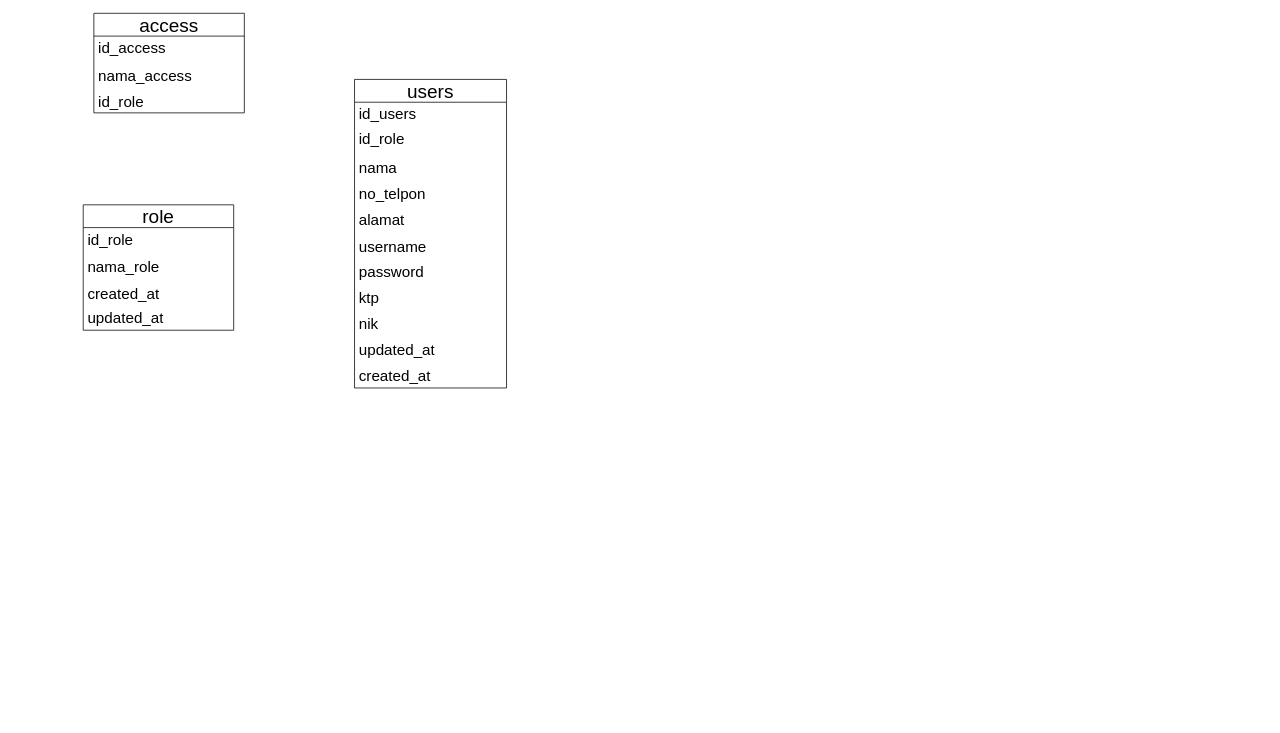
Kantrawibawa10/Draw-I-O keeps this draw.io diagram as Mapping.drawio. Above is the earlier version. Source tidied: cells renumbered, new cells numbered last; positions are measured from the earlier drawing's top-left corner, leaving out a move shared by most shapes. Both pictures are drawn from the tidied source at 76%, with x=0, y=0 at pixel (83, 13).
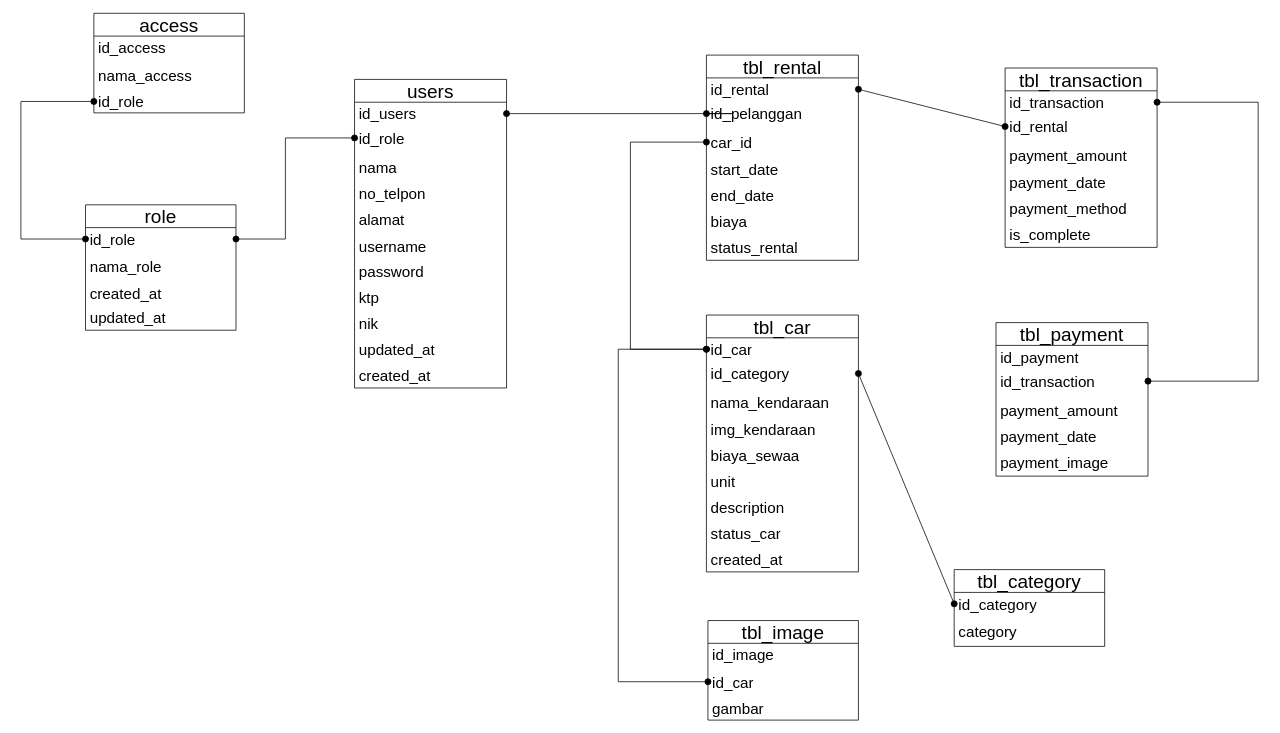
The same page after the edit.

Unchanged cells that the change refers to:
```xml
<mxCell id="5" value="&lt;font style=&quot;font-size: 20px;&quot;&gt;id_role&lt;/font&gt;" style="text;strokeColor=none;fillColor=none;align=left;verticalAlign=middle;spacingLeft=4;spacingRight=4;overflow=hidden;points=[[0,0.5],[1,0.5]];portConstraint=eastwest;whiteSpace=wrap;html=1;fontSize=16;" parent="2" vertex="1">
  <mxGeometry y="101" width="198" height="30" as="geometry" />
</mxCell>
<mxCell id="7" value="&lt;font style=&quot;font-size: 20px;&quot;&gt;&lt;font style=&quot;font-size: 20px;&quot;&gt;id_role&lt;/font&gt;&lt;/font&gt;" style="text;strokeColor=none;fillColor=none;align=left;verticalAlign=middle;spacingLeft=4;spacingRight=4;overflow=hidden;points=[[0,0.5],[1,0.5]];portConstraint=eastwest;whiteSpace=wrap;html=1;fontSize=16;" parent="6" vertex="1">
  <mxGeometry y="30" width="198" height="30" as="geometry" />
</mxCell>
<mxCell id="12" value="&lt;font style=&quot;font-size: 20px;&quot;&gt;&lt;font style=&quot;font-size: 20px;&quot;&gt;id_users&lt;/font&gt;&lt;/font&gt;" style="text;strokeColor=none;fillColor=none;align=left;verticalAlign=middle;spacingLeft=4;spacingRight=4;overflow=hidden;points=[[0,0.5],[1,0.5]];portConstraint=eastwest;whiteSpace=wrap;html=1;fontSize=16;" parent="11" vertex="1">
  <mxGeometry y="30" width="200" height="30" as="geometry" />
</mxCell>
<mxCell id="13" value="&lt;font style=&quot;font-size: 20px;&quot;&gt;id_role&lt;/font&gt;" style="text;strokeColor=none;fillColor=none;align=left;verticalAlign=middle;spacingLeft=4;spacingRight=4;overflow=hidden;points=[[0,0.5],[1,0.5]];portConstraint=eastwest;whiteSpace=wrap;html=1;fontSize=16;" parent="11" vertex="1">
  <mxGeometry y="60" width="200" height="34" as="geometry" />
</mxCell>
```

Change to the diagram source:
```diff
@@
     <mxCell id="6" value="&lt;font style=&quot;font-size: 25px;&quot;&gt;role&lt;/font&gt;" style="swimlane;fontStyle=0;horizontal=1;startSize=30;whiteSpace=wrap;html=1;fontSize=16;" parent="1" vertex="1">
-      <mxGeometry y="252" width="198" height="165" as="geometry" />
+      <mxGeometry x="3" y="252" width="198" height="165" as="geometry" />
     </mxCell>
@@
+    <mxCell id="23" style="edgeStyle=segmentEdgeStyle;endArrow=oval;html=1;curved=0;rounded=0;endSize=8;startSize=8;fontSize=12;entryX=0;entryY=0.5;entryDx=0;entryDy=0;exitX=0;exitY=0.5;exitDx=0;exitDy=0;endFill=1;startArrow=oval;startFill=1;" parent="1" edge="1" source="7" target="5">
+      <mxGeometry relative="1" as="geometry">
+        <Array as="points">
+          <mxPoint x="-82" y="297" />
+          <mxPoint x="-82" y="116" />
+        </Array>
+      </mxGeometry>
+    </mxCell>
+    <mxCell id="24" style="edgeStyle=segmentEdgeStyle;endArrow=oval;html=1;curved=0;rounded=0;endSize=8;startSize=8;fontSize=12;entryX=0;entryY=0.5;entryDx=0;entryDy=0;exitX=1;exitY=0.5;exitDx=0;exitDy=0;endFill=1;startArrow=oval;startFill=1;" parent="1" edge="1" source="7" target="13">
+      <mxGeometry relative="1" as="geometry">
+        <Array as="points">
+          <mxPoint x="266" y="297" />
+          <mxPoint x="266" y="164" />
+        </Array>
+      </mxGeometry>
+    </mxCell>
+    <mxCell id="25" value="&lt;font style=&quot;font-size: 25px;&quot;&gt;tbl_rental&lt;/font&gt;" style="swimlane;fontStyle=0;horizontal=1;startSize=30;whiteSpace=wrap;html=1;fontSize=16;" parent="1" vertex="1">
+      <mxGeometry x="820" y="55" width="200" height="270" as="geometry" />
+    </mxCell>
+    <mxCell id="26" value="&lt;font style=&quot;font-size: 20px;&quot;&gt;&lt;font style=&quot;font-size: 20px;&quot;&gt;id_rental&lt;/font&gt;&lt;/font&gt;" style="text;strokeColor=none;fillColor=none;align=left;verticalAlign=middle;spacingLeft=4;spacingRight=4;overflow=hidden;points=[[0,0.5],[1,0.5]];portConstraint=eastwest;whiteSpace=wrap;html=1;fontSize=16;" parent="25" vertex="1">
+      <mxGeometry y="30" width="200" height="30" as="geometry" />
+    </mxCell>
+    <mxCell id="27" value="&lt;font style=&quot;font-size: 20px;&quot;&gt;id_pelanggan&lt;/font&gt;" style="text;strokeColor=none;fillColor=none;align=left;verticalAlign=middle;spacingLeft=4;spacingRight=4;overflow=hidden;points=[[0,0.5],[1,0.5]];portConstraint=eastwest;whiteSpace=wrap;html=1;fontSize=16;" parent="25" vertex="1">
+      <mxGeometry y="60" width="200" height="34" as="geometry" />
+    </mxCell>
+    <mxCell id="28" value="&lt;font style=&quot;font-size: 20px;&quot;&gt;car_id&lt;/font&gt;" style="text;strokeColor=none;fillColor=none;align=left;verticalAlign=middle;spacingLeft=4;spacingRight=4;overflow=hidden;points=[[0,0.5],[1,0.5]];portConstraint=eastwest;whiteSpace=wrap;html=1;fontSize=16;" parent="25" vertex="1">
+      <mxGeometry y="94" width="200" height="41" as="geometry" />
+    </mxCell>
+    <mxCell id="29" value="&lt;font style=&quot;font-size: 20px;&quot;&gt;start_date&lt;/font&gt;" style="text;strokeColor=none;fillColor=none;align=left;verticalAlign=middle;spacingLeft=4;spacingRight=4;overflow=hidden;whiteSpace=wrap;html=1;fontSize=16;" parent="25" vertex="1">
+      <mxGeometry y="135" width="200" height="30" as="geometry" />
+    </mxCell>
+    <mxCell id="30" value="&lt;font style=&quot;font-size: 20px;&quot;&gt;end_date&lt;/font&gt;" style="text;strokeColor=none;fillColor=none;align=left;verticalAlign=middle;spacingLeft=4;spacingRight=4;overflow=hidden;whiteSpace=wrap;html=1;fontSize=16;" parent="25" vertex="1">
+      <mxGeometry y="165" width="200" height="37" as="geometry" />
+    </mxCell>
+    <mxCell id="31" value="&lt;font style=&quot;font-size: 20px;&quot;&gt;biaya&lt;/font&gt;" style="text;strokeColor=none;fillColor=none;align=left;verticalAlign=middle;spacingLeft=4;spacingRight=4;overflow=hidden;whiteSpace=wrap;html=1;fontSize=16;" parent="25" vertex="1">
+      <mxGeometry y="202" width="200" height="34" as="geometry" />
+    </mxCell>
+    <mxCell id="32" value="&lt;font style=&quot;font-size: 20px;&quot;&gt;status_rental&lt;/font&gt;" style="text;strokeColor=none;fillColor=none;align=left;verticalAlign=middle;spacingLeft=4;spacingRight=4;overflow=hidden;whiteSpace=wrap;html=1;fontSize=16;" parent="25" vertex="1">
+      <mxGeometry y="236" width="200" height="34" as="geometry" />
+    </mxCell>
+    <mxCell id="33" style="edgeStyle=segmentEdgeStyle;endArrow=oval;html=1;curved=0;rounded=0;endSize=8;startSize=8;fontSize=12;entryX=0;entryY=0.5;entryDx=0;entryDy=0;exitX=1;exitY=0.5;exitDx=0;exitDy=0;endFill=1;startArrow=oval;startFill=1;" parent="1" edge="1" source="12" target="27">
+      <mxGeometry relative="1" as="geometry">
+        <Array as="points">
+          <mxPoint x="854" y="132" />
+        </Array>
+      </mxGeometry>
+    </mxCell>
+    <mxCell id="34" value="&lt;font style=&quot;font-size: 25px;&quot;&gt;tbl_transaction&lt;/font&gt;" style="swimlane;fontStyle=0;horizontal=1;startSize=30;whiteSpace=wrap;html=1;fontSize=16;" parent="1" vertex="1">
+      <mxGeometry x="1213" y="72" width="200" height="236" as="geometry" />
+    </mxCell>
+    <mxCell id="35" value="&lt;font style=&quot;font-size: 20px;&quot;&gt;&lt;font style=&quot;font-size: 20px;&quot;&gt;id_transaction&lt;/font&gt;&lt;/font&gt;" style="text;strokeColor=none;fillColor=none;align=left;verticalAlign=middle;spacingLeft=4;spacingRight=4;overflow=hidden;points=[[0,0.5],[1,0.5]];portConstraint=eastwest;whiteSpace=wrap;html=1;fontSize=16;" parent="34" vertex="1">
+      <mxGeometry y="30" width="200" height="30" as="geometry" />
+    </mxCell>
+    <mxCell id="36" value="&lt;font style=&quot;font-size: 20px;&quot;&gt;id_rental&lt;/font&gt;" style="text;strokeColor=none;fillColor=none;align=left;verticalAlign=middle;spacingLeft=4;spacingRight=4;overflow=hidden;points=[[0,0.5],[1,0.5]];portConstraint=eastwest;whiteSpace=wrap;html=1;fontSize=16;" parent="34" vertex="1">
+      <mxGeometry y="60" width="200" height="34" as="geometry" />
+    </mxCell>
+    <mxCell id="37" value="&lt;font style=&quot;font-size: 20px;&quot;&gt;payment_amount&lt;/font&gt;" style="text;strokeColor=none;fillColor=none;align=left;verticalAlign=middle;spacingLeft=4;spacingRight=4;overflow=hidden;whiteSpace=wrap;html=1;fontSize=16;" parent="34" vertex="1">
+      <mxGeometry y="94" width="200" height="41" as="geometry" />
+    </mxCell>
+    <mxCell id="38" value="&lt;font style=&quot;font-size: 20px;&quot;&gt;payment_date&lt;/font&gt;" style="text;strokeColor=none;fillColor=none;align=left;verticalAlign=middle;spacingLeft=4;spacingRight=4;overflow=hidden;whiteSpace=wrap;html=1;fontSize=16;" parent="34" vertex="1">
+      <mxGeometry y="135" width="200" height="30" as="geometry" />
+    </mxCell>
+    <mxCell id="39" value="&lt;font style=&quot;font-size: 20px;&quot;&gt;payment_method&lt;/font&gt;" style="text;strokeColor=none;fillColor=none;align=left;verticalAlign=middle;spacingLeft=4;spacingRight=4;overflow=hidden;whiteSpace=wrap;html=1;fontSize=16;" parent="34" vertex="1">
+      <mxGeometry y="165" width="200" height="37" as="geometry" />
+    </mxCell>
+    <mxCell id="40" value="&lt;font style=&quot;font-size: 20px;&quot;&gt;is_complete&lt;/font&gt;" style="text;strokeColor=none;fillColor=none;align=left;verticalAlign=middle;spacingLeft=4;spacingRight=4;overflow=hidden;whiteSpace=wrap;html=1;fontSize=16;" parent="34" vertex="1">
+      <mxGeometry y="202" width="200" height="34" as="geometry" />
+    </mxCell>
+    <mxCell id="41" style="edgeStyle=none;curved=1;rounded=0;jettySize=auto;html=1;exitX=1;exitY=0.5;exitDx=0;exitDy=0;entryX=0;entryY=0.5;entryDx=0;entryDy=0;fontSize=12;startSize=8;endSize=8;endArrow=oval;endFill=1;startArrow=oval;startFill=1;" parent="1" edge="1" source="26" target="36">
+      <mxGeometry relative="1" as="geometry" />
+    </mxCell>
+    <mxCell id="42" value="&lt;font style=&quot;font-size: 25px;&quot;&gt;tbl_payment&lt;/font&gt;" style="swimlane;fontStyle=0;horizontal=1;startSize=30;whiteSpace=wrap;html=1;fontSize=16;" parent="1" vertex="1">
+      <mxGeometry x="1201" y="407" width="200" height="202" as="geometry" />
+    </mxCell>
+    <mxCell id="43" value="&lt;font style=&quot;font-size: 20px;&quot;&gt;&lt;font style=&quot;font-size: 20px;&quot;&gt;id_payment&lt;/font&gt;&lt;/font&gt;" style="text;strokeColor=none;fillColor=none;align=left;verticalAlign=middle;spacingLeft=4;spacingRight=4;overflow=hidden;whiteSpace=wrap;html=1;fontSize=16;" parent="42" vertex="1">
+      <mxGeometry y="30" width="200" height="30" as="geometry" />
+    </mxCell>
+    <mxCell id="44" value="&lt;font style=&quot;font-size: 20px;&quot;&gt;id_transaction&lt;/font&gt;" style="text;strokeColor=none;fillColor=none;align=left;verticalAlign=middle;spacingLeft=4;spacingRight=4;overflow=hidden;points=[[0,0.5],[1,0.5]];portConstraint=eastwest;whiteSpace=wrap;html=1;fontSize=16;" parent="42" vertex="1">
+      <mxGeometry y="60" width="200" height="34" as="geometry" />
+    </mxCell>
+    <mxCell id="45" value="&lt;font style=&quot;font-size: 20px;&quot;&gt;payment_amount&lt;/font&gt;" style="text;strokeColor=none;fillColor=none;align=left;verticalAlign=middle;spacingLeft=4;spacingRight=4;overflow=hidden;whiteSpace=wrap;html=1;fontSize=16;" parent="42" vertex="1">
+      <mxGeometry y="94" width="200" height="41" as="geometry" />
+    </mxCell>
+    <mxCell id="46" value="&lt;font style=&quot;font-size: 20px;&quot;&gt;payment_date&lt;/font&gt;" style="text;strokeColor=none;fillColor=none;align=left;verticalAlign=middle;spacingLeft=4;spacingRight=4;overflow=hidden;whiteSpace=wrap;html=1;fontSize=16;" parent="42" vertex="1">
+      <mxGeometry y="135" width="200" height="30" as="geometry" />
+    </mxCell>
+    <mxCell id="47" value="&lt;font style=&quot;font-size: 20px;&quot;&gt;payment_image&lt;/font&gt;" style="text;strokeColor=none;fillColor=none;align=left;verticalAlign=middle;spacingLeft=4;spacingRight=4;overflow=hidden;whiteSpace=wrap;html=1;fontSize=16;" parent="42" vertex="1">
+      <mxGeometry y="165" width="200" height="37" as="geometry" />
+    </mxCell>
+    <mxCell id="48" style="edgeStyle=segmentEdgeStyle;endArrow=oval;html=1;curved=0;rounded=0;endSize=8;startSize=8;fontSize=12;entryX=1;entryY=0.5;entryDx=0;entryDy=0;exitX=1;exitY=0.5;exitDx=0;exitDy=0;endFill=1;startArrow=oval;startFill=1;" parent="1" edge="1" source="44" target="35">
+      <mxGeometry relative="1" as="geometry">
+        <Array as="points">
+          <mxPoint x="1546" y="484" />
+          <mxPoint x="1546" y="117" />
+        </Array>
+      </mxGeometry>
+    </mxCell>
+    <mxCell id="49" value="&lt;font style=&quot;font-size: 25px;&quot;&gt;tbl_car&lt;/font&gt;" style="swimlane;fontStyle=0;horizontal=1;startSize=30;whiteSpace=wrap;html=1;fontSize=16;" parent="1" vertex="1">
+      <mxGeometry x="820" y="397" width="200" height="338" as="geometry" />
+    </mxCell>
+    <mxCell id="50" value="&lt;font style=&quot;font-size: 20px;&quot;&gt;&lt;font style=&quot;font-size: 20px;&quot;&gt;id_car&lt;/font&gt;&lt;/font&gt;" style="text;strokeColor=none;fillColor=none;align=left;verticalAlign=middle;spacingLeft=4;spacingRight=4;overflow=hidden;points=[[0,0.5],[1,0.5]];portConstraint=eastwest;whiteSpace=wrap;html=1;fontSize=16;" parent="49" vertex="1">
+      <mxGeometry y="30" width="200" height="30" as="geometry" />
+    </mxCell>
+    <mxCell id="51" value="&lt;font style=&quot;font-size: 20px;&quot;&gt;id_category&lt;/font&gt;" style="text;strokeColor=none;fillColor=none;align=left;verticalAlign=middle;spacingLeft=4;spacingRight=4;overflow=hidden;points=[[0,0.5],[1,0.5]];portConstraint=eastwest;whiteSpace=wrap;html=1;fontSize=16;" parent="49" vertex="1">
+      <mxGeometry y="60" width="200" height="34" as="geometry" />
+    </mxCell>
+    <mxCell id="52" value="&lt;font style=&quot;font-size: 20px;&quot;&gt;nama_kendaraan&lt;/font&gt;" style="text;strokeColor=none;fillColor=none;align=left;verticalAlign=middle;spacingLeft=4;spacingRight=4;overflow=hidden;whiteSpace=wrap;html=1;fontSize=16;" parent="49" vertex="1">
+      <mxGeometry y="94" width="200" height="41" as="geometry" />
+    </mxCell>
+    <mxCell id="53" value="&lt;font style=&quot;font-size: 20px;&quot;&gt;img_kendaraan&lt;/font&gt;" style="text;strokeColor=none;fillColor=none;align=left;verticalAlign=middle;spacingLeft=4;spacingRight=4;overflow=hidden;whiteSpace=wrap;html=1;fontSize=16;" parent="49" vertex="1">
+      <mxGeometry y="135" width="200" height="30" as="geometry" />
+    </mxCell>
+    <mxCell id="54" value="&lt;font style=&quot;font-size: 20px;&quot;&gt;biaya_sewaa&lt;/font&gt;" style="text;strokeColor=none;fillColor=none;align=left;verticalAlign=middle;spacingLeft=4;spacingRight=4;overflow=hidden;whiteSpace=wrap;html=1;fontSize=16;" parent="49" vertex="1">
+      <mxGeometry y="165" width="200" height="37" as="geometry" />
+    </mxCell>
+    <mxCell id="55" value="&lt;font style=&quot;font-size: 20px;&quot;&gt;unit&lt;/font&gt;" style="text;strokeColor=none;fillColor=none;align=left;verticalAlign=middle;spacingLeft=4;spacingRight=4;overflow=hidden;whiteSpace=wrap;html=1;fontSize=16;" parent="49" vertex="1">
+      <mxGeometry y="202" width="200" height="34" as="geometry" />
+    </mxCell>
+    <mxCell id="56" value="&lt;font style=&quot;font-size: 20px;&quot;&gt;description&lt;/font&gt;" style="text;strokeColor=none;fillColor=none;align=left;verticalAlign=middle;spacingLeft=4;spacingRight=4;overflow=hidden;whiteSpace=wrap;html=1;fontSize=16;" parent="49" vertex="1">
+      <mxGeometry y="236" width="200" height="34" as="geometry" />
+    </mxCell>
+    <mxCell id="57" value="&lt;font style=&quot;font-size: 20px;&quot;&gt;status_car&lt;/font&gt;" style="text;strokeColor=none;fillColor=none;align=left;verticalAlign=middle;spacingLeft=4;spacingRight=4;overflow=hidden;whiteSpace=wrap;html=1;fontSize=16;" parent="49" vertex="1">
+      <mxGeometry y="270" width="200" height="34" as="geometry" />
+    </mxCell>
+    <mxCell id="58" value="&lt;font style=&quot;font-size: 20px;&quot;&gt;created_at&lt;/font&gt;" style="text;strokeColor=none;fillColor=none;align=left;verticalAlign=middle;spacingLeft=4;spacingRight=4;overflow=hidden;whiteSpace=wrap;html=1;fontSize=16;" parent="49" vertex="1">
+      <mxGeometry y="304" width="200" height="34" as="geometry" />
+    </mxCell>
+    <mxCell id="59" style="edgeStyle=elbowEdgeStyle;elbow=horizontal;endArrow=oval;html=1;curved=0;rounded=0;endSize=8;startSize=8;fontSize=12;entryX=0;entryY=0.5;entryDx=0;entryDy=0;exitX=0;exitY=0.5;exitDx=0;exitDy=0;endFill=1;startArrow=oval;startFill=1;" parent="1" edge="1" source="50" target="28">
+      <mxGeometry relative="1" as="geometry">
+        <Array as="points">
+          <mxPoint x="720" y="313" />
+        </Array>
+      </mxGeometry>
+    </mxCell>
+    <mxCell id="60" value="&lt;font style=&quot;font-size: 25px;&quot;&gt;tbl_image&lt;/font&gt;" style="swimlane;fontStyle=0;horizontal=1;startSize=30;whiteSpace=wrap;html=1;fontSize=16;" parent="1" vertex="1">
+      <mxGeometry x="822" y="799" width="198" height="131" as="geometry" />
+    </mxCell>
+    <mxCell id="61" value="&lt;span style=&quot;font-size: 20px;&quot;&gt;id_image&lt;/span&gt;" style="text;strokeColor=none;fillColor=none;align=left;verticalAlign=middle;spacingLeft=4;spacingRight=4;overflow=hidden;whiteSpace=wrap;html=1;fontSize=16;" parent="60" vertex="1">
+      <mxGeometry y="30" width="198" height="30" as="geometry" />
+    </mxCell>
+    <mxCell id="62" value="&lt;font style=&quot;font-size: 20px;&quot;&gt;id_car&lt;/font&gt;" style="text;strokeColor=none;fillColor=none;align=left;verticalAlign=middle;spacingLeft=4;spacingRight=4;overflow=hidden;points=[[0,0.5],[1,0.5]];portConstraint=eastwest;whiteSpace=wrap;html=1;fontSize=16;" parent="60" vertex="1">
+      <mxGeometry y="60" width="198" height="41" as="geometry" />
+    </mxCell>
+    <mxCell id="63" value="&lt;font style=&quot;font-size: 20px;&quot;&gt;gambar&lt;/font&gt;" style="text;strokeColor=none;fillColor=none;align=left;verticalAlign=middle;spacingLeft=4;spacingRight=4;overflow=hidden;whiteSpace=wrap;html=1;fontSize=16;" parent="60" vertex="1">
+      <mxGeometry y="101" width="198" height="30" as="geometry" />
+    </mxCell>
+    <mxCell id="64" style="edgeStyle=elbowEdgeStyle;elbow=horizontal;endArrow=oval;html=1;curved=0;rounded=0;endSize=8;startSize=8;fontSize=12;entryX=0;entryY=0.5;entryDx=0;entryDy=0;exitX=0;exitY=0.5;exitDx=0;exitDy=0;endFill=1;startArrow=oval;startFill=1;" parent="1" edge="1" source="62" target="50">
+      <mxGeometry relative="1" as="geometry">
+        <Array as="points">
+          <mxPoint x="704" y="634" />
+        </Array>
+      </mxGeometry>
+    </mxCell>
+    <mxCell id="65" value="&lt;font style=&quot;font-size: 25px;&quot;&gt;tbl_category&lt;/font&gt;" style="swimlane;fontStyle=0;horizontal=1;startSize=30;whiteSpace=wrap;html=1;fontSize=16;" parent="1" vertex="1">
+      <mxGeometry x="1146" y="732" width="198" height="101" as="geometry" />
+    </mxCell>
+    <mxCell id="66" value="&lt;span style=&quot;font-size: 20px;&quot;&gt;id_category&lt;/span&gt;" style="text;strokeColor=none;fillColor=none;align=left;verticalAlign=middle;spacingLeft=4;spacingRight=4;overflow=hidden;points=[[0,0.5],[1,0.5]];portConstraint=eastwest;whiteSpace=wrap;html=1;fontSize=16;" parent="65" vertex="1">
+      <mxGeometry y="30" width="198" height="30" as="geometry" />
+    </mxCell>
+    <mxCell id="67" value="&lt;font style=&quot;font-size: 20px;&quot;&gt;category&lt;/font&gt;" style="text;strokeColor=none;fillColor=none;align=left;verticalAlign=middle;spacingLeft=4;spacingRight=4;overflow=hidden;whiteSpace=wrap;html=1;fontSize=16;" parent="65" vertex="1">
+      <mxGeometry y="60" width="198" height="41" as="geometry" />
+    </mxCell>
+    <mxCell id="68" style="edgeStyle=none;curved=1;rounded=0;jettySize=auto;html=1;exitX=0;exitY=0.5;exitDx=0;exitDy=0;entryX=1;entryY=0.5;entryDx=0;entryDy=0;fontSize=12;startSize=8;endSize=8;endArrow=oval;endFill=1;startArrow=oval;startFill=1;" parent="1" edge="1" source="66" target="51">
+      <mxGeometry relative="1" as="geometry" />
+    </mxCell>
```
